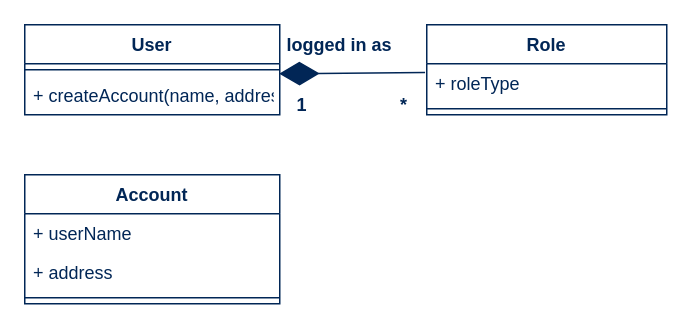
Earlier version of the draw.io diagram create-account-abbott.drawio (rahimi/software-engineering). Source tidied: cells renumbered, new cells numbered last; positions are measured from the earlier drawing's top-left corner, leaving out a move shared by most shapes. Both pictures are drawn from the tidied source at 150%, with x=0, y=0 at pixel (24, 24).
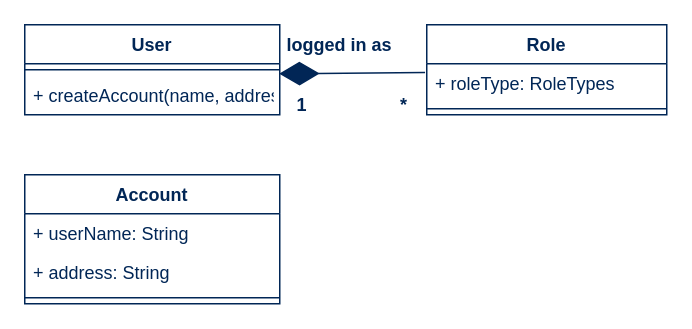
The same page after the edit.

Commit message:
Updates create-account-abbott

Change to the diagram source:
```diff
@@
 <mxGraphModel>
   <root>
     <mxCell id="0" />
     <mxCell id="1" parent="0" />
     <mxCell id="2" value="User" style="swimlane;fontStyle=1;align=center;verticalAlign=top;horizontal=1;startSize=26;fontColor=#012656;strokeColor=#012656;fontFamily=TitilliumText25L;" parent="1" vertex="1">
       <mxGeometry width="170" height="60" as="geometry" />
     </mxCell>
     <mxCell id="3" style="line;strokeWidth=1;fillColor=none;align=left;verticalAlign=middle;spacingTop=-1;spacingLeft=3;spacingRight=3;labelPosition=right;points=[];portConstraint=eastwest;fontColor=#012656;strokeColor=#012656;fontFamily=TitilliumText25L;" parent="2" vertex="1">
       <mxGeometry y="26" width="170" height="8" as="geometry" />
     </mxCell>
     <mxCell id="4" value="+ createAccount(name, address)" style="text;strokeColor=none;fillColor=none;align=left;verticalAlign=top;spacingLeft=4;spacingRight=4;overflow=hidden;fontColor=#012656;fontFamily=TitilliumText25L;" parent="2" vertex="1">
       <mxGeometry y="34" width="170" height="26" as="geometry" />
     </mxCell>
     <mxCell id="5" style="endArrow=diamondThin;endFill=1;endSize=24;html=1;exitX=-0.007;exitY=0.224;exitDx=0;exitDy=0;fontColor=#012656;fontFamily=TitilliumText25L;entryX=0.998;entryY=0.833;entryDx=0;entryDy=0;entryPerimeter=0;strokeColor=#012656;exitPerimeter=0;" parent="1" edge="1" source="7" target="3">
       <mxGeometry relative="1" as="geometry" />
     </mxCell>
     <mxCell id="6" value="Role" style="swimlane;fontStyle=1;align=center;verticalAlign=top;horizontal=1;startSize=26;fontColor=#012656;strokeColor=#012656;fontFamily=TitilliumText25L;" parent="1" vertex="1">
       <mxGeometry x="268" width="160" height="60" as="geometry" />
     </mxCell>
-    <mxCell id="7" value="+ roleType" style="text;strokeColor=none;fillColor=none;align=left;verticalAlign=top;spacingLeft=4;spacingRight=4;overflow=hidden;points=[[0,0.5],[1,0.5]];portConstraint=eastwest;fontColor=#012656;fontFamily=TitilliumText25L;" parent="6" vertex="1">
+    <mxCell id="7" value="+ roleType: RoleTypes" style="text;strokeColor=none;fillColor=none;align=left;verticalAlign=top;spacingLeft=4;spacingRight=4;overflow=hidden;points=[[0,0.5],[1,0.5]];portConstraint=eastwest;fontColor=#012656;fontFamily=TitilliumText25L;" parent="6" vertex="1">
       <mxGeometry y="26" width="160" height="26" as="geometry" />
     </mxCell>
     <mxCell id="8" style="line;strokeWidth=1;fillColor=none;align=left;verticalAlign=middle;spacingTop=-1;spacingLeft=3;spacingRight=3;labelPosition=right;fontColor=#012656;strokeColor=#012656;fontFamily=TitilliumText25L;" parent="6" vertex="1">
       <mxGeometry y="52" width="160" height="8" as="geometry" />
     </mxCell>
     <mxCell id="9" value="logged in as" style="text;align=center;fontStyle=1;verticalAlign=middle;spacingLeft=3;spacingRight=3;strokeColor=none;fontFamily=TitilliumText25L;fontColor=#012656;" parent="1" vertex="1">
       <mxGeometry x="170" width="80" height="26" as="geometry" />
     </mxCell>
     <mxCell id="10" value="1" style="text;align=center;fontStyle=1;verticalAlign=middle;spacingLeft=3;spacingRight=3;strokeColor=none;fontFamily=TitilliumText25L;fontColor=#012656;" parent="1" vertex="1">
       <mxGeometry x="170" y="40" width="30" height="26" as="geometry" />
     </mxCell>
     <mxCell id="11" value="*" style="text;align=center;fontStyle=1;verticalAlign=middle;spacingLeft=3;spacingRight=3;strokeColor=none;fontFamily=TitilliumText25L;fontColor=#012656;" parent="1" vertex="1">
       <mxGeometry x="238" y="40" width="30" height="26" as="geometry" />
     </mxCell>
     <mxCell id="12" value="Account" style="swimlane;fontStyle=1;align=center;verticalAlign=top;horizontal=1;startSize=26;fontColor=#012656;strokeColor=#012656;fontFamily=TitilliumText25L;" parent="1" vertex="1">
       <mxGeometry y="100" width="170" height="86" as="geometry" />
     </mxCell>
-    <mxCell id="13" value="+ userName" style="text;strokeColor=none;fillColor=none;align=left;verticalAlign=top;spacingLeft=4;spacingRight=4;overflow=hidden;fontColor=#012656;fontFamily=TitilliumText25L;" parent="12" vertex="1">
+    <mxCell id="13" value="+ userName: String" style="text;strokeColor=none;fillColor=none;align=left;verticalAlign=top;spacingLeft=4;spacingRight=4;overflow=hidden;fontColor=#012656;fontFamily=TitilliumText25L;" parent="12" vertex="1">
       <mxGeometry y="26" width="170" height="26" as="geometry" />
     </mxCell>
-    <mxCell id="14" value="+ address" style="text;strokeColor=none;fillColor=none;align=left;verticalAlign=top;spacingLeft=4;spacingRight=4;overflow=hidden;fontColor=#012656;fontFamily=TitilliumText25L;" parent="12" vertex="1">
+    <mxCell id="14" value="+ address: String" style="text;strokeColor=none;fillColor=none;align=left;verticalAlign=top;spacingLeft=4;spacingRight=4;overflow=hidden;fontColor=#012656;fontFamily=TitilliumText25L;" parent="12" vertex="1">
       <mxGeometry y="52" width="170" height="26" as="geometry" />
     </mxCell>
     <mxCell id="15" style="line;strokeWidth=1;fillColor=none;align=left;verticalAlign=middle;spacingTop=-1;spacingLeft=3;spacingRight=3;labelPosition=right;fontColor=#012656;strokeColor=#012656;fontFamily=TitilliumText25L;" parent="12" vertex="1">
       <mxGeometry y="78" width="170" height="8" as="geometry" />
     </mxCell>
   </root>
 </mxGraphModel>
```
